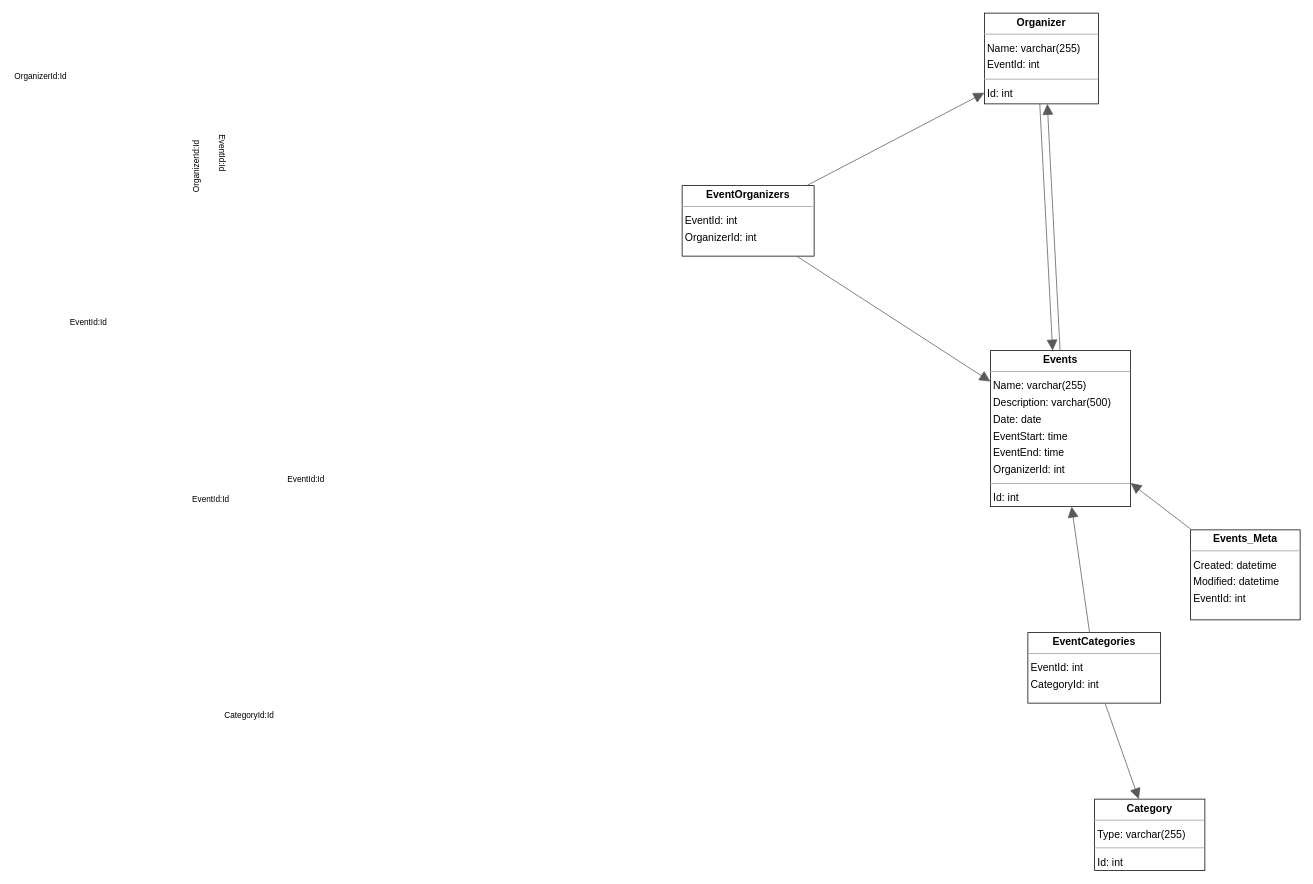
Above: PASSIFY/PASSIFY/PassifyERD.drawio in W0509891/INET-ASSIGNMENT (draw.io), before the change. Source tidied: cells renumbered, new cells numbered last; positions are measured from the earlier drawing's top-left corner, leaving out a move shared by most shapes. Both pictures are drawn from the tidied source at 75%, with x=0, y=0 at pixel (682, 13).
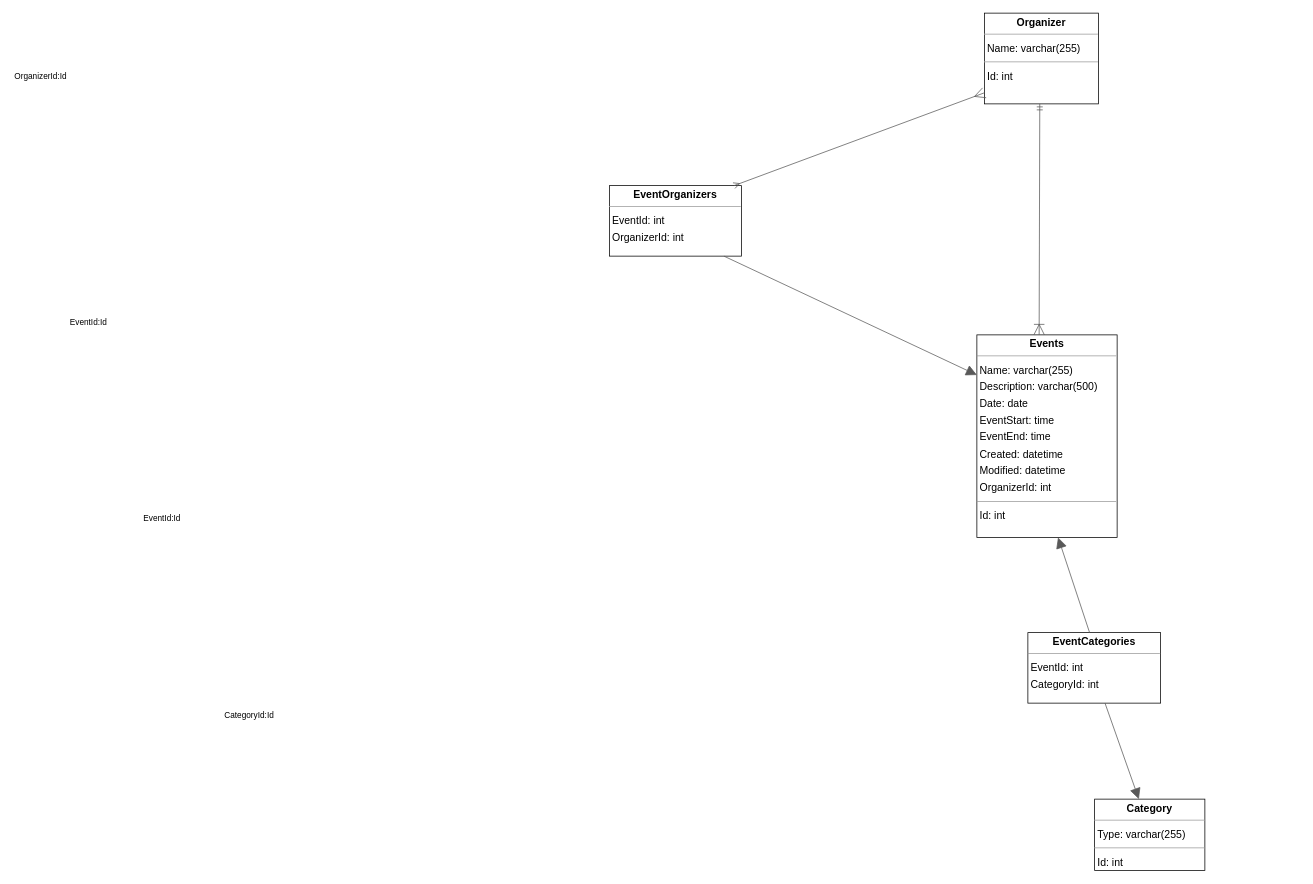
The same diagram, later.

The change refers to these unchanged cells:
```xml
<mxCell id="10" style="html=1;rounded=1;dashed=0;startArrow=none;endArrow=block;endSize=12;strokeColor=#595959;exitX=0.465;exitY=0.000;exitDx=0;exitDy=0;entryX=0.579;entryY=1.000;entryDx=0;entryDy=0;" parent="1" edge="1" source="3" target="5">
  <mxGeometry relative="1" as="geometry" />
</mxCell>
```

What changed in the source:
```diff
@@
     <mxCell id="4" value="&lt;p style=&quot;margin:0px;margin-top:4px;text-align:center;&quot;&gt;&lt;b&gt;EventOrganizers&lt;/b&gt;&lt;/p&gt;&lt;hr size=&quot;1&quot;/&gt;&lt;p style=&quot;margin:0 0 0 4px;line-height:1.6;&quot;&gt; EventId: int&lt;br/&gt; OrganizerId: int&lt;/p&gt;" style="verticalAlign=top;align=left;overflow=fill;fontSize=14;fontFamily=Helvetica;html=1;rounded=0;shadow=0;comic=0;labelBackgroundColor=none;strokeWidth=1;" parent="1" vertex="1">
-      <mxGeometry y="230" width="176" height="94" as="geometry" />
+      <mxGeometry x="-97" y="230" width="176" height="94" as="geometry" />
     </mxCell>
-    <mxCell id="5" value="&lt;p style=&quot;margin:0px;margin-top:4px;text-align:center;&quot;&gt;&lt;b&gt;Events&lt;/b&gt;&lt;/p&gt;&lt;hr size=&quot;1&quot;/&gt;&lt;p style=&quot;margin:0 0 0 4px;line-height:1.6;&quot;&gt; Name: varchar(255)&lt;br/&gt; Description: varchar(500)&lt;br/&gt; Date: date&lt;br/&gt; EventStart: time&lt;br/&gt; EventEnd: time&lt;br/&gt; OrganizerId: int&lt;/p&gt;&lt;hr size=&quot;1&quot;/&gt;&lt;p style=&quot;margin:0 0 0 4px;line-height:1.6;&quot;&gt; Id: int&lt;/p&gt;" style="verticalAlign=top;align=left;overflow=fill;fontSize=14;fontFamily=Helvetica;html=1;rounded=0;shadow=0;comic=0;labelBackgroundColor=none;strokeWidth=1;" parent="1" vertex="1">
-      <mxGeometry x="411" y="450" width="187" height="208" as="geometry" />
+    <mxCell id="5" value="&lt;p style=&quot;margin:0px;margin-top:4px;text-align:center;&quot;&gt;&lt;b&gt;Events&lt;/b&gt;&lt;/p&gt;&lt;hr size=&quot;1&quot;&gt;&lt;p style=&quot;margin:0 0 0 4px;line-height:1.6;&quot;&gt; Name: varchar(255)&lt;br&gt; Description: varchar(500)&lt;br&gt; Date: date&lt;br&gt; EventStart: time&lt;br&gt; EventEnd: time&lt;/p&gt;&lt;p style=&quot;margin:0 0 0 4px;line-height:1.6;&quot;&gt;Created: datetime&lt;br style=&quot;border-color: var(--border-color);&quot;&gt;Modified: datetime&lt;br&gt; OrganizerId: int&lt;/p&gt;&lt;hr size=&quot;1&quot;&gt;&lt;p style=&quot;margin:0 0 0 4px;line-height:1.6;&quot;&gt; Id: int&lt;/p&gt;" style="verticalAlign=top;align=left;overflow=fill;fontSize=14;fontFamily=Helvetica;html=1;rounded=0;shadow=0;comic=0;labelBackgroundColor=none;strokeWidth=1;" parent="1" vertex="1">
+      <mxGeometry x="393" y="429" width="187" height="270" as="geometry" />
     </mxCell>
-    <mxCell id="6" value="&lt;p style=&quot;margin:0px;margin-top:4px;text-align:center;&quot;&gt;&lt;b&gt;Events_Meta&lt;/b&gt;&lt;/p&gt;&lt;hr size=&quot;1&quot;/&gt;&lt;p style=&quot;margin:0 0 0 4px;line-height:1.6;&quot;&gt; Created: datetime&lt;br/&gt; Modified: datetime&lt;br/&gt; EventId: int&lt;/p&gt;" style="verticalAlign=top;align=left;overflow=fill;fontSize=14;fontFamily=Helvetica;html=1;rounded=0;shadow=0;comic=0;labelBackgroundColor=none;strokeWidth=1;" parent="1" vertex="1">
-      <mxGeometry x="678" y="689" width="146" height="120" as="geometry" />
-    </mxCell>
-    <mxCell id="7" value="&lt;p style=&quot;margin:0px;margin-top:4px;text-align:center;&quot;&gt;&lt;b&gt;Organizer&lt;/b&gt;&lt;/p&gt;&lt;hr size=&quot;1&quot;/&gt;&lt;p style=&quot;margin:0 0 0 4px;line-height:1.6;&quot;&gt; Name: varchar(255)&lt;br/&gt; EventId: int&lt;/p&gt;&lt;hr size=&quot;1&quot;/&gt;&lt;p style=&quot;margin:0 0 0 4px;line-height:1.6;&quot;&gt; Id: int&lt;/p&gt;" style="verticalAlign=top;align=left;overflow=fill;fontSize=14;fontFamily=Helvetica;html=1;rounded=0;shadow=0;comic=0;labelBackgroundColor=none;strokeWidth=1;" parent="1" vertex="1">
+    <mxCell id="7" value="&lt;p style=&quot;margin:0px;margin-top:4px;text-align:center;&quot;&gt;&lt;b&gt;Organizer&lt;/b&gt;&lt;/p&gt;&lt;hr size=&quot;1&quot;&gt;&lt;p style=&quot;margin:0 0 0 4px;line-height:1.6;&quot;&gt; Name: varchar(255)&lt;br&gt;&lt;/p&gt;&lt;hr size=&quot;1&quot;&gt;&lt;p style=&quot;margin:0 0 0 4px;line-height:1.6;&quot;&gt; Id: int&lt;/p&gt;" style="verticalAlign=top;align=left;overflow=fill;fontSize=14;fontFamily=Helvetica;html=1;rounded=0;shadow=0;comic=0;labelBackgroundColor=none;strokeWidth=1;" parent="1" vertex="1">
       <mxGeometry x="403" width="152" height="121" as="geometry" />
     </mxCell>
@@
     <mxCell id="11" value="EventId:Id" style="edgeLabel;html=1;align=left;verticalAlign=top;strokeColor=default;" parent="10" vertex="1">
-      <mxGeometry x="-655" y="635" as="geometry" />
+      <mxGeometry x="-720" y="660" as="geometry" />
     </mxCell>
@@
-    <mxCell id="14" style="html=1;rounded=1;dashed=0;startArrow=none;endArrow=block;endSize=12;strokeColor=#595959;exitX=0.944;exitY=0.000;exitDx=0;exitDy=0;entryX=0.000;entryY=0.878;entryDx=0;entryDy=0;" parent="1" edge="1" source="4" target="7">
+    <mxCell id="14" style="html=1;rounded=1;dashed=0;startArrow=ERmany;endArrow=ERmany;endSize=12;strokeColor=#595959;exitX=0.944;exitY=0.000;exitDx=0;exitDy=0;entryX=0.000;entryY=0.878;entryDx=0;entryDy=0;startFill=0;endFill=0;" parent="1" edge="1" source="4" target="7">
       <mxGeometry relative="1" as="geometry" />
     </mxCell>
@@
-    <mxCell id="16" style="html=1;rounded=1;dashed=0;startArrow=none;endArrow=block;endSize=12;strokeColor=#595959;exitX=0.497;exitY=0.000;exitDx=0;exitDy=0;entryX=0.552;entryY=1.000;entryDx=0;entryDy=0;" parent="1" edge="1" source="5" target="7">
-      <mxGeometry relative="1" as="geometry" />
-    </mxCell>
-    <mxCell id="17" value="OrganizerId:Id" style="edgeLabel;html=1;align=left;verticalAlign=top;strokeColor=default;rotation=-90;" parent="16" vertex="1">
-      <mxGeometry x="-670" y="280" as="geometry">
-        <mxPoint x="38.2" y="8.5" as="offset" />
-      </mxGeometry>
-    </mxCell>
-    <mxCell id="18" style="html=1;rounded=1;dashed=0;startArrow=none;endArrow=block;endSize=12;strokeColor=#595959;exitX=0.010;exitY=0.000;exitDx=0;exitDy=0;entryX=1.000;entryY=0.849;entryDx=0;entryDy=0;" parent="1" edge="1" source="6" target="5">
-      <mxGeometry relative="1" as="geometry" />
-    </mxCell>
-    <mxCell id="19" value="EventId:Id" style="edgeLabel;html=1;align=left;verticalAlign=top;strokeColor=default;" parent="18" vertex="1">
-      <mxGeometry x="-528" y="609" as="geometry" />
-    </mxCell>
-    <mxCell id="20" style="html=1;rounded=1;dashed=0;startArrow=none;endArrow=block;endSize=12;strokeColor=#595959;exitX=0.486;exitY=1.000;exitDx=0;exitDy=0;entryX=0.444;entryY=0.000;entryDx=0;entryDy=0;" parent="1" edge="1" source="7" target="5">
+    <mxCell id="20" style="html=1;rounded=1;dashed=0;startArrow=ERmandOne;endArrow=ERoneToMany;endSize=12;strokeColor=#595959;exitX=0.486;exitY=1.000;exitDx=0;exitDy=0;entryX=0.444;entryY=0.000;entryDx=0;entryDy=0;endFill=0;startFill=0;" parent="1" edge="1" source="7" target="5">
       <mxGeometry relative="1" as="geometry" />
     </mxCell>
-    <mxCell id="21" value="EventId:Id" style="edgeLabel;html=1;align=left;verticalAlign=top;strokeColor=default;rotation=90;" parent="20" vertex="1">
-      <mxGeometry x="-600" y="160" as="geometry" />
-    </mxCell>
```
